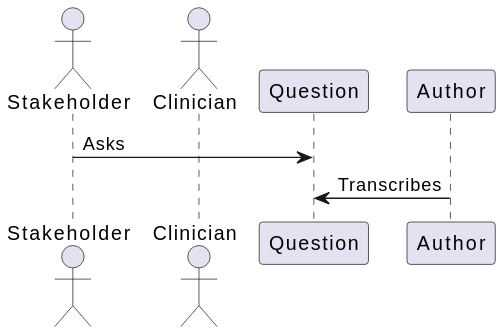
chronicleworks/chronicle keeps this PlantUML diagram as docs/docs/diagrams/out/question_dark.svg. Above is the earlier version.
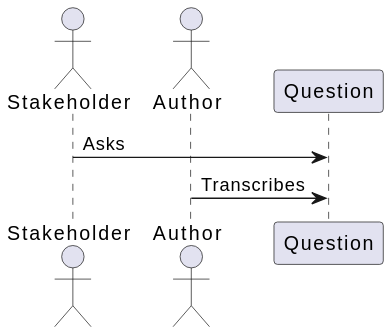
The same file after the commit.

Diff of the diagram source:
```diff
@@ -1,6 +1,6 @@
 @startuml
 actor "Stakeholder"
-actor "Clinician"
+actor "Author"
 
 Stakeholder -> Question : Asks
 Author -> Question : Transcribes
```
